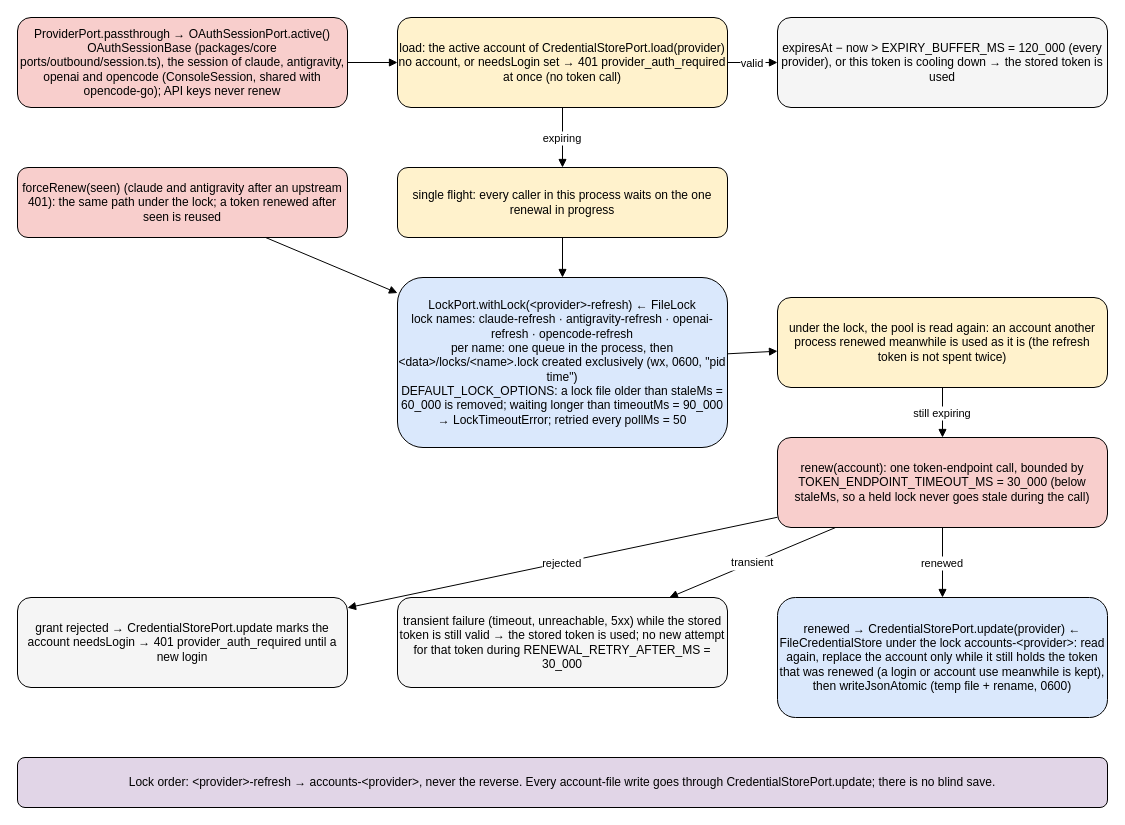
Before: page "Renewal under locks (2026-10-18)" (3 of 4) of docs/architecture.drawio in mavasbel-devtools/accounts-proxy, a draw.io diagram. Source tidied: cells renumbered, new cells numbered last; positions are measured from the earlier drawing's top-left corner, leaving out a move shared by most shapes. Both pictures are drawn from the tidied source at 100%, with x=0, y=0 at pixel (17, 17).
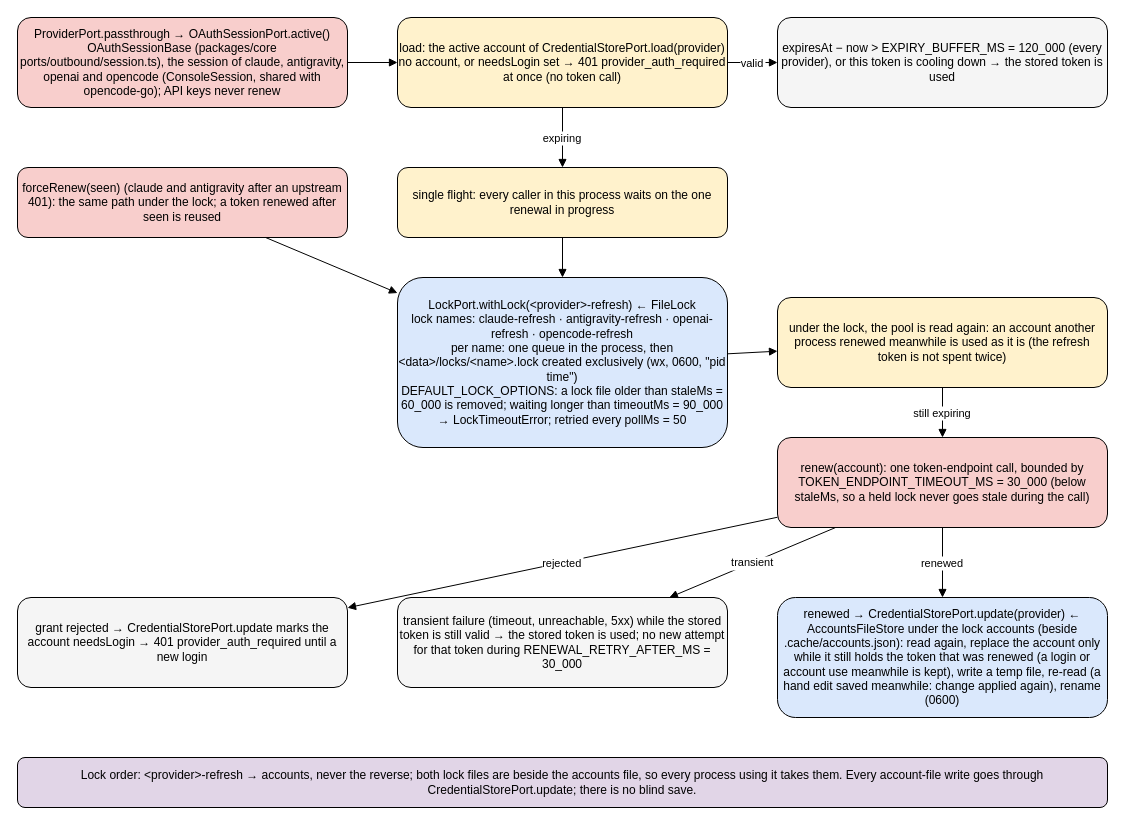
The same page after the edit.

Diff of the diagram source:
```diff
@@
-    <mxCell id="11" value="renewed → CredentialStorePort.update(provider) ← FileCredentialStore under the lock accounts-&lt;provider&gt;: read again, replace the account only while it still holds the token that was renewed (a login or account use meanwhile is kept), then writeJsonAtomic (temp file + rename, 0600)" style="rounded=1;whiteSpace=wrap;fillColor=#dae8fc;" parent="1" vertex="1">
+    <mxCell id="11" value="renewed → CredentialStorePort.update(provider) ← AccountsFileStore under the lock accounts (beside .cache/accounts.json): read again, replace the account only while it still holds the token that was renewed (a login or account use meanwhile is kept), write a temp file, re-read (a hand edit saved meanwhile: change applied again), rename (0600)" style="rounded=1;whiteSpace=wrap;fillColor=#dae8fc;" parent="1" vertex="1">
       <mxGeometry x="760" y="580" width="330" height="120" as="geometry" />
     </mxCell>
@@
-    <mxCell id="13" value="Lock order: &lt;provider&gt;-refresh → accounts-&lt;provider&gt;, never the reverse. Every account-file write goes through CredentialStorePort.update; there is no blind save." style="rounded=1;whiteSpace=wrap;fillColor=#e1d5e7;" parent="1" vertex="1">
+    <mxCell id="13" value="Lock order: &lt;provider&gt;-refresh → accounts, never the reverse; both lock files are beside the accounts file, so every process using it takes them. Every account-file write goes through CredentialStorePort.update; there is no blind save." style="rounded=1;whiteSpace=wrap;fillColor=#e1d5e7;" parent="1" vertex="1">
       <mxGeometry y="740" width="1090" height="50" as="geometry" />
     </mxCell>
```
